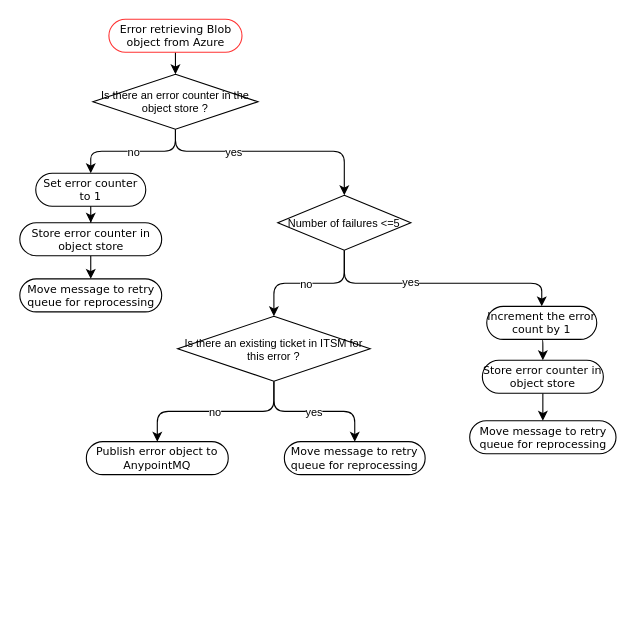
The draw.io diagram page "Error case 5" (13 of 18) of Copy of eInvoicing API Led.drawio in ahernandez1129/anypoint, before the edit. Source tidied: cells renumbered, new cells numbered last; positions are measured from the earlier drawing's top-left corner, leaving out a move shared by most shapes. Both pictures are drawn from the tidied source at 110%, with x=0, y=0 at pixel (20, 19).
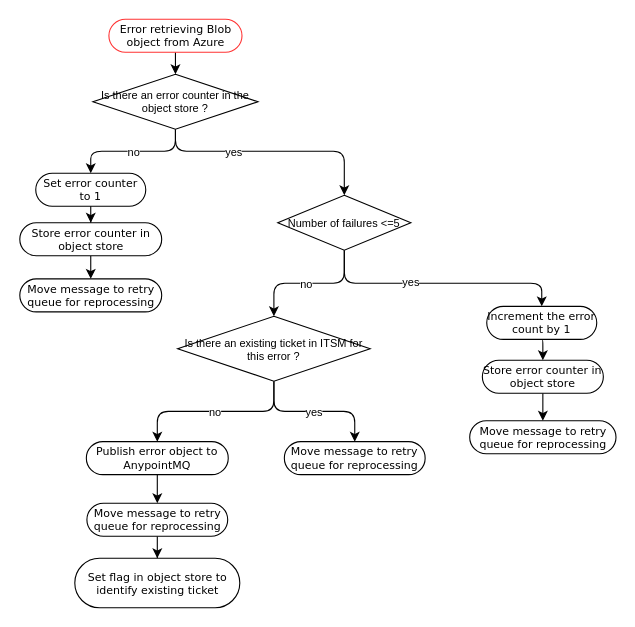
Above is the later version.

The change refers to these unchanged cells:
```xml
<mxCell id="23" value="&lt;span style=&quot;font-size: 10px;&quot;&gt;Publish error object to AnypointMQ&lt;/span&gt;" style="rounded=1;whiteSpace=wrap;html=1;shadow=0;comic=0;labelBackgroundColor=none;strokeColor=#000000;strokeWidth=1;fillColor=#ffffff;fontFamily=Verdana;fontSize=10;fontColor=#000000;align=center;arcSize=50;" parent="1" vertex="1">
  <mxGeometry x="60" y="384" width="129" height="30" as="geometry" />
</mxCell>
```

Diff of the diagram source:
```diff
@@
+    <mxCell id="29" style="edgeStyle=orthogonalEdgeStyle;rounded=0;jettySize=auto;html=1;exitX=0.5;exitY=1;exitDx=0;exitDy=0;entryX=0.5;entryY=0;entryDx=0;entryDy=0;fontSize=10;" parent="1" edge="1" source="23" target="31">
+      <mxGeometry relative="1" as="geometry" />
+    </mxCell>
@@
+    <mxCell id="30" style="edgeStyle=orthogonalEdgeStyle;rounded=0;jettySize=auto;html=1;exitX=0.5;exitY=1;exitDx=0;exitDy=0;fontSize=10;" parent="1" edge="1" source="31" target="32">
+      <mxGeometry relative="1" as="geometry" />
+    </mxCell>
+    <mxCell id="31" value="Move message to retry queue for reprocessing" style="rounded=1;whiteSpace=wrap;html=1;shadow=0;comic=0;labelBackgroundColor=none;strokeColor=#000000;strokeWidth=1;fillColor=#ffffff;fontFamily=Verdana;fontSize=10;fontColor=#000000;align=center;arcSize=50;" parent="1" vertex="1">
+      <mxGeometry x="60.5" y="440" width="128" height="30" as="geometry" />
+    </mxCell>
+    <mxCell id="32" value="&lt;span style=&quot;font-size: 10px;&quot;&gt;Set flag in object store to identify existing ticket&lt;/span&gt;" style="rounded=1;whiteSpace=wrap;html=1;shadow=0;comic=0;labelBackgroundColor=none;strokeColor=#000000;strokeWidth=1;fillColor=#ffffff;fontFamily=Verdana;fontSize=10;fontColor=#000000;align=center;arcSize=50;" parent="1" vertex="1">
+      <mxGeometry x="49.5" y="490" width="150" height="45" as="geometry" />
+    </mxCell>
```
